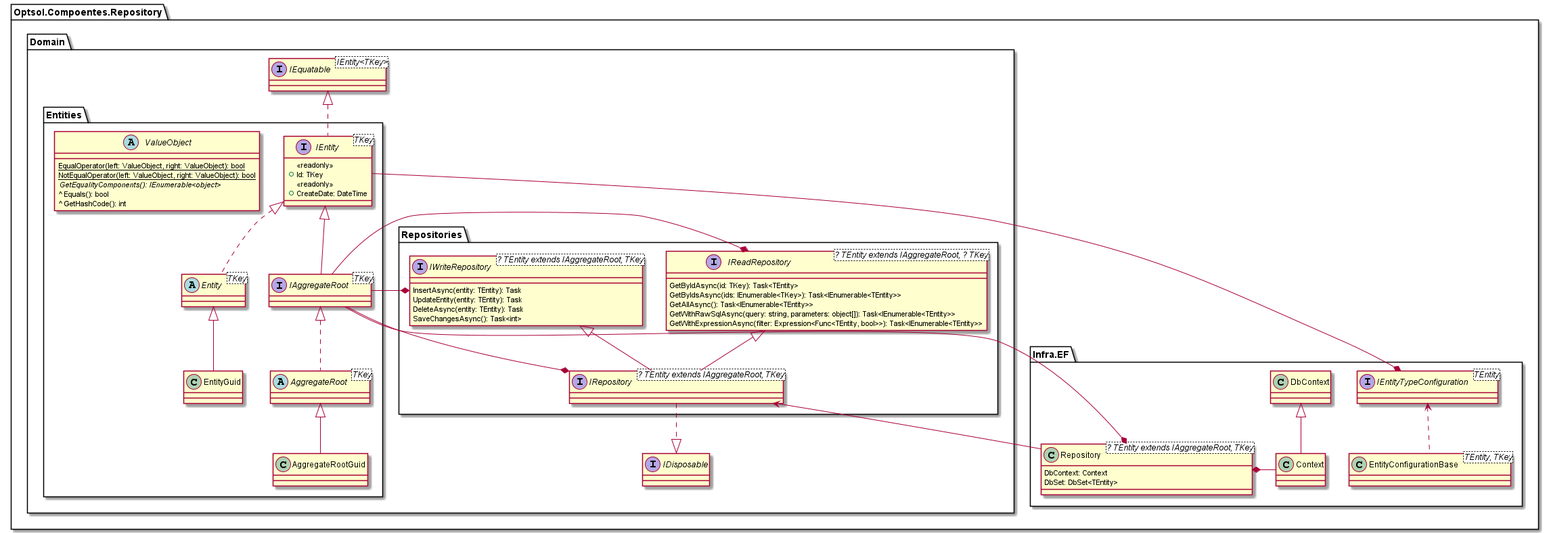
Above: .asserts/repository-pattern.png in optsoldev/components-repository-package (PlantUML), before the change.
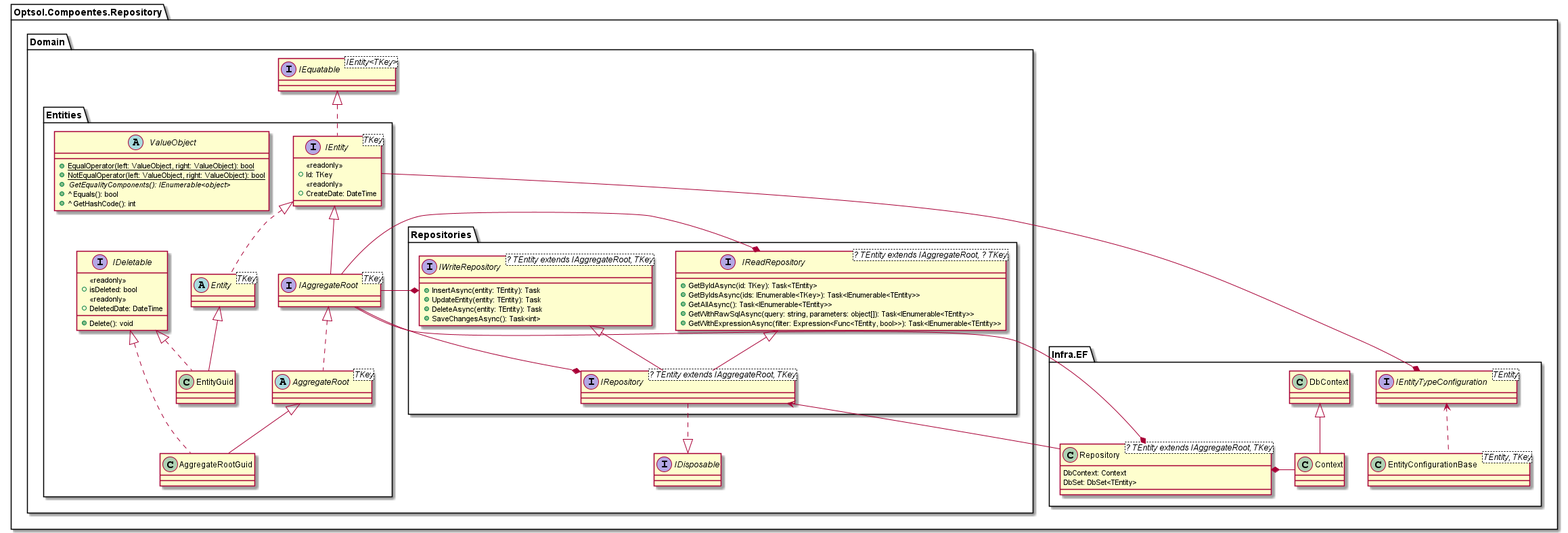
The same diagram one commit later.

Commit message:
Atualização de diagrama

Change to the diagram source:
```diff
@@ -15,34 +15,42 @@
 
             interface IAggregateRoot<TKey>
 
+            interface IDeletable {
+                <<readonly>>
+                + isDeleted: bool
+                <<readonly>>
+                + DeletedDate: DateTime
+                + Delete(): void
+            }
+
             abstract Entity<TKey> implements IEntity
-            class EntityGuid extends Entity
+            class EntityGuid extends Entity implements IDeletable
 
             abstract AggregateRoot<TKey> implements IAggregateRoot
-            class AggregateRootGuid extends AggregateRoot
+            class AggregateRootGuid extends AggregateRoot implements IDeletable
 
             abstract ValueObject {
-                {static} EqualOperator(left: ValueObject, right: ValueObject): bool
-                {static} NotEqualOperator(left: ValueObject, right: ValueObject): bool
-                {abstract} GetEqualityComponents(): IEnumerable<object>
-                ^ Equals(): bool
-                ^ GetHashCode(): int
+                + {static} EqualOperator(left: ValueObject, right: ValueObject): bool
+                + {static} NotEqualOperator(left: ValueObject, right: ValueObject): bool
+                + {abstract} GetEqualityComponents(): IEnumerable<object>
+                + ^ Equals(): bool
+                + ^ GetHashCode(): int
             }
         }
         package Repositories {
             interface IReadRepository<? TEntity extends IAggregateRoot, ? TKey> {
-                GetByIdAsync(id: TKey): Task<TEntity>
-                GetByIdsAsync(ids: IEnumerable<TKey>): Task<IEnumerable<TEntity>>
-                GetAllAsync(): Task<IEnumerable<TEntity>>
-                GetWithRawSqlAsync(query: string, parameters: object[]): Task<IEnumerable<TEntity>>
-                GetWithExpressionAsync(filter: Expression<Func<TEntity, bool>>): Task<IEnumerable<TEntity>>
+                + GetByIdAsync(id: TKey): Task<TEntity>
+                + GetByIdsAsync(ids: IEnumerable<TKey>): Task<IEnumerable<TEntity>>
+                + GetAllAsync(): Task<IEnumerable<TEntity>>
+                + GetWithRawSqlAsync(query: string, parameters: object[]): Task<IEnumerable<TEntity>>
+                + GetWithExpressionAsync(filter: Expression<Func<TEntity, bool>>): Task<IEnumerable<TEntity>>
             }
 
             interface IWriteRepository<? TEntity extends IAggregateRoot, TKey> {
-                InsertAsync(entity: TEntity): Task
-                UpdateEntity(entity: TEntity): Task
-                DeleteAsync(entity: TEntity): Task
-                SaveChangesAsync(): Task<int>
+                + InsertAsync(entity: TEntity): Task
+                + UpdateEntity(entity: TEntity): Task
+                + DeleteAsync(entity: TEntity): Task
+                + SaveChangesAsync(): Task<int>
             }
 
             interface IRepository<? TEntity extends IAggregateRoot, TKey>
```
